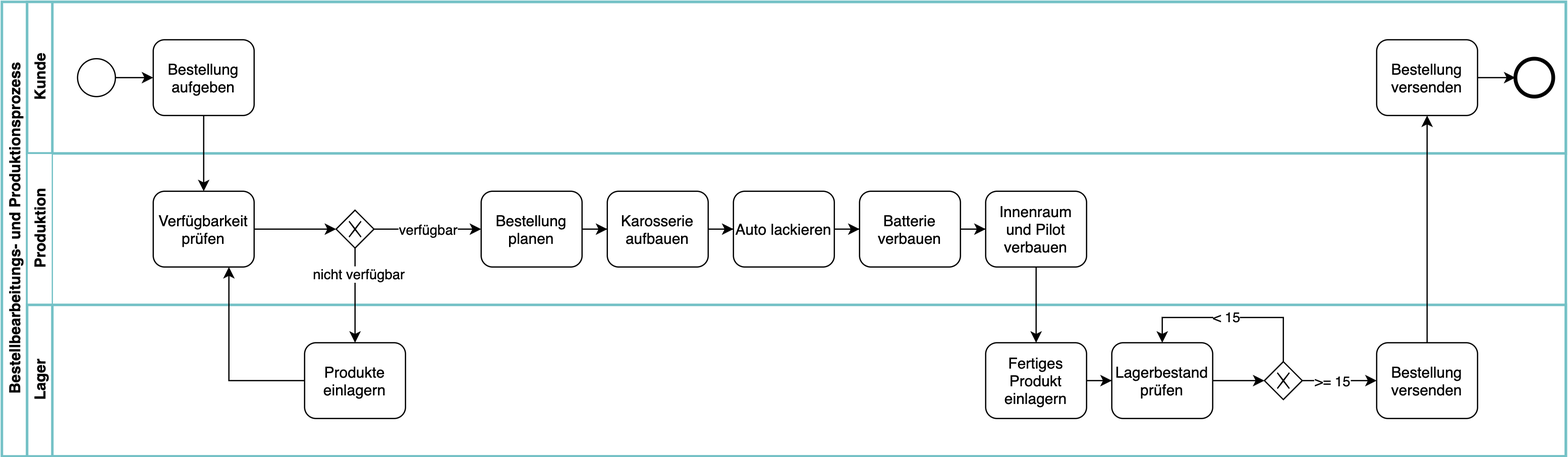
Above: ausarbeitung-latex/img/Prozessmodell.png in leventlukas/digital-boardroom (draw.io), before the change. Source tidied: cells renumbered, new cells last; positions are measured from the earlier drawing's top-left corner, leaving out a move shared by most shapes. Its diagram source:
```xml
<mxGraphModel>
  <root>
    <mxCell id="0" />
    <mxCell id="1" parent="0" />
    <mxCell id="2" value="Bestellbearbeitungs- und Produktionsprozess" style="swimlane;html=1;horizontal=0;startSize=20;strokeColor=#74C1C6;strokeWidth=2;" parent="1" vertex="1">
      <mxGeometry width="1240" height="360" as="geometry" />
    </mxCell>
    <mxCell id="3" value="Kunde" style="swimlane;html=1;startSize=20;horizontal=0;strokeColor=#74C1C6;strokeWidth=2;" parent="2" vertex="1">
      <mxGeometry x="20" width="1220" height="120" as="geometry" />
    </mxCell>
    <mxCell id="4" style="edgeStyle=orthogonalEdgeStyle;rounded=0;jettySize=auto;html=1;" parent="3" edge="1" source="5" target="6">
      <mxGeometry relative="1" as="geometry" />
    </mxCell>
    <mxCell id="5" style="ellipse;whiteSpace=wrap;html=1;" parent="3" vertex="1">
      <mxGeometry x="40" y="45" width="30" height="30" as="geometry" />
    </mxCell>
    <mxCell id="6" value="Bestellung aufgeben" style="shape=ext;rounded=1;html=1;whiteSpace=wrap;fontFamily=Helvetica;fontSize=12;fontColor=#000000;align=center;strokeColor=#000000;fillColor=#ffffff;" parent="3" vertex="1">
      <mxGeometry x="100" y="30" width="80" height="60" as="geometry" />
    </mxCell>
    <mxCell id="7" style="edgeStyle=orthogonalEdgeStyle;rounded=0;jettySize=auto;html=1;exitX=1;exitY=0.5;exitDx=0;exitDy=0;entryX=0;entryY=0.5;entryDx=0;entryDy=0;" parent="3" edge="1" source="8" target="9">
      <mxGeometry relative="1" as="geometry" />
    </mxCell>
    <mxCell id="8" value="Bestellung versenden" style="shape=ext;rounded=1;html=1;whiteSpace=wrap;fontFamily=Helvetica;fontSize=12;fontColor=#000000;align=center;strokeColor=#000000;fillColor=#ffffff;" parent="3" vertex="1">
      <mxGeometry x="1070" y="30" width="80" height="60" as="geometry" />
    </mxCell>
    <mxCell id="9" style="shape=mxgraph.bpmn.shape;html=1;verticalLabelPosition=bottom;labelBackgroundColor=#ffffff;verticalAlign=top;align=center;perimeter=ellipsePerimeter;outlineConnect=0;outline=end;symbol=general;" parent="3" vertex="1">
      <mxGeometry x="1180" y="45" width="30" height="30" as="geometry" />
    </mxCell>
    <mxCell id="10" value="Produktion" style="swimlane;html=1;startSize=20;horizontal=0;strokeColor=#74C1C6;" parent="2" vertex="1">
      <mxGeometry x="20" y="120" width="1220" height="120" as="geometry" />
    </mxCell>
    <mxCell id="11" style="edgeStyle=orthogonalEdgeStyle;rounded=0;jettySize=auto;html=1;endArrow=classic;endFill=1;" parent="10" edge="1" source="12" target="13">
      <mxGeometry relative="1" as="geometry" />
    </mxCell>
    <mxCell id="12" value="Verfügbarkeit prüfen" style="shape=ext;rounded=1;html=1;whiteSpace=wrap;fontFamily=Helvetica;fontSize=12;fontColor=#000000;align=center;strokeColor=#000000;fillColor=#ffffff;" parent="10" vertex="1">
      <mxGeometry x="100" y="30" width="80" height="60" as="geometry" />
    </mxCell>
    <mxCell id="13" style="shape=mxgraph.bpmn.shape;html=1;verticalLabelPosition=bottom;labelBackgroundColor=#ffffff;verticalAlign=top;align=center;perimeter=rhombusPerimeter;background=gateway;outlineConnect=0;outline=none;symbol=exclusiveGw;fontFamily=Helvetica;fontSize=12;fontColor=#000000;strokeColor=#000000;fillColor=#ffffff;" parent="10" vertex="1">
      <mxGeometry x="245" y="45" width="30" height="30" as="geometry" />
    </mxCell>
    <mxCell id="14" value="Lager" style="swimlane;html=1;startSize=20;horizontal=0;strokeColor=#74C1C6;strokeWidth=2;" parent="2" vertex="1">
      <mxGeometry x="20" y="240" width="1220" height="120" as="geometry" />
    </mxCell>
    <mxCell id="15" value="Produkte einlagern" style="shape=ext;rounded=1;html=1;whiteSpace=wrap;fontFamily=Helvetica;fontSize=12;fontColor=#000000;align=center;strokeColor=#000000;fillColor=#ffffff;" parent="14" vertex="1">
      <mxGeometry x="220" y="30" width="80" height="60" as="geometry" />
    </mxCell>
    <mxCell id="16" value="Bestellung versenden" style="shape=ext;rounded=1;html=1;whiteSpace=wrap;fontFamily=Helvetica;fontSize=12;fontColor=#000000;align=center;strokeColor=#000000;fillColor=#ffffff;" parent="14" vertex="1">
      <mxGeometry x="1070" y="30" width="80" height="60" as="geometry" />
    </mxCell>
    <mxCell id="17" style="edgeStyle=orthogonalEdgeStyle;rounded=0;jettySize=auto;html=1;exitX=0;exitY=0.5;exitDx=0;exitDy=0;" parent="2" edge="1" source="15" target="12">
      <mxGeometry relative="1" as="geometry">
        <Array as="points">
          <mxPoint x="180" y="300" />
        </Array>
      </mxGeometry>
    </mxCell>
    <mxCell id="18" style="edgeStyle=orthogonalEdgeStyle;rounded=0;jettySize=auto;html=1;exitX=0.5;exitY=0;exitDx=0;exitDy=0;entryX=0.5;entryY=1;entryDx=0;entryDy=0;" parent="2" edge="1" source="16" target="8">
      <mxGeometry relative="1" as="geometry" />
    </mxCell>
    <mxCell id="19" style="edgeStyle=orthogonalEdgeStyle;rounded=0;jettySize=auto;html=1;exitX=0.5;exitY=1;exitDx=0;exitDy=0;" parent="2" edge="1" source="6" target="12">
      <mxGeometry relative="1" as="geometry" />
    </mxCell>
    <mxCell id="20" style="edgeStyle=orthogonalEdgeStyle;rounded=0;jettySize=auto;html=1;endArrow=classic;endFill=1;entryX=0.5;entryY=0;entryDx=0;entryDy=0;" parent="2" edge="1" source="13" target="15">
      <mxGeometry relative="1" as="geometry" />
    </mxCell>
    <mxCell id="21" value="nicht verfügbar" style="edgeLabel;html=1;align=center;verticalAlign=middle;" parent="20" vertex="1">
      <mxGeometry x="-0.46" y="2" relative="1" as="geometry" />
    </mxCell>
    <mxCell id="22" style="edgeStyle=orthogonalEdgeStyle;rounded=0;jettySize=auto;html=1;" parent="1" edge="1" source="23" target="27">
      <mxGeometry relative="1" as="geometry" />
    </mxCell>
    <mxCell id="23" value="Bestellung planen" style="shape=ext;rounded=1;html=1;whiteSpace=wrap;fontFamily=Helvetica;fontSize=12;fontColor=#000000;align=center;strokeColor=#000000;fillColor=#ffffff;" parent="1" vertex="1">
      <mxGeometry x="380" y="150" width="80" height="60" as="geometry" />
    </mxCell>
    <mxCell id="24" style="edgeStyle=orthogonalEdgeStyle;rounded=0;jettySize=auto;html=1;endArrow=classic;endFill=1;" parent="1" edge="1" source="13" target="23">
      <mxGeometry relative="1" as="geometry" />
    </mxCell>
    <mxCell id="25" value="verfügbar" style="edgeLabel;html=1;align=center;verticalAlign=middle;" parent="24" vertex="1">
      <mxGeometry x="-0.48" y="-2" relative="1" as="geometry">
        <mxPoint x="19.3" y="-2" as="offset" />
      </mxGeometry>
    </mxCell>
    <mxCell id="26" style="edgeStyle=orthogonalEdgeStyle;rounded=0;jettySize=auto;html=1;" parent="1" edge="1" source="27" target="29">
      <mxGeometry relative="1" as="geometry" />
    </mxCell>
    <mxCell id="27" value="Karosserie aufbauen" style="shape=ext;rounded=1;html=1;whiteSpace=wrap;fontFamily=Helvetica;fontSize=12;fontColor=#000000;align=center;strokeColor=#000000;fillColor=#ffffff;" parent="1" vertex="1">
      <mxGeometry x="480" y="150" width="80" height="60" as="geometry" />
    </mxCell>
    <mxCell id="28" style="edgeStyle=orthogonalEdgeStyle;rounded=0;jettySize=auto;html=1;" parent="1" edge="1" source="29" target="31">
      <mxGeometry relative="1" as="geometry" />
    </mxCell>
    <mxCell id="29" value="Auto lackieren" style="shape=ext;rounded=1;html=1;whiteSpace=wrap;fontFamily=Helvetica;fontSize=12;fontColor=#000000;align=center;strokeColor=#000000;fillColor=#ffffff;" parent="1" vertex="1">
      <mxGeometry x="580" y="150" width="80" height="60" as="geometry" />
    </mxCell>
    <mxCell id="30" style="edgeStyle=orthogonalEdgeStyle;rounded=0;jettySize=auto;html=1;" parent="1" edge="1" source="31" target="33">
      <mxGeometry relative="1" as="geometry" />
    </mxCell>
    <mxCell id="31" value="Batterie&lt;br&gt;verbauen" style="shape=ext;rounded=1;html=1;whiteSpace=wrap;fontFamily=Helvetica;fontSize=12;fontColor=#000000;align=center;strokeColor=#000000;fillColor=#ffffff;" parent="1" vertex="1">
      <mxGeometry x="680" y="150" width="80" height="60" as="geometry" />
    </mxCell>
    <mxCell id="32" style="edgeStyle=orthogonalEdgeStyle;rounded=0;jettySize=auto;html=1;" parent="1" edge="1" source="33" target="35">
      <mxGeometry relative="1" as="geometry" />
    </mxCell>
    <mxCell id="33" value="Innenraum und Pilot verbauen" style="shape=ext;rounded=1;html=1;whiteSpace=wrap;fontFamily=Helvetica;fontSize=12;fontColor=#000000;align=center;strokeColor=#000000;fillColor=#ffffff;" parent="1" vertex="1">
      <mxGeometry x="780" y="150" width="80" height="60" as="geometry" />
    </mxCell>
    <mxCell id="34" style="edgeStyle=orthogonalEdgeStyle;rounded=0;jettySize=auto;html=1;" parent="1" edge="1" source="35" target="37">
      <mxGeometry relative="1" as="geometry" />
    </mxCell>
    <mxCell id="35" value="Fertiges Produkt einlagern" style="shape=ext;rounded=1;html=1;whiteSpace=wrap;fontFamily=Helvetica;fontSize=12;fontColor=#000000;align=center;strokeColor=#000000;fillColor=#ffffff;" parent="1" vertex="1">
      <mxGeometry x="780" y="270" width="80" height="60" as="geometry" />
    </mxCell>
    <mxCell id="36" style="edgeStyle=orthogonalEdgeStyle;rounded=0;jettySize=auto;html=1;exitX=1;exitY=0.5;exitDx=0;exitDy=0;" parent="1" edge="1" source="37" target="42">
      <mxGeometry relative="1" as="geometry" />
    </mxCell>
    <mxCell id="37" value="Lagerbestand prüfen" style="shape=ext;rounded=1;html=1;whiteSpace=wrap;fontFamily=Helvetica;fontSize=12;fontColor=#000000;align=center;strokeColor=#000000;fillColor=#ffffff;" parent="1" vertex="1">
      <mxGeometry x="880" y="270" width="80" height="60" as="geometry" />
    </mxCell>
    <mxCell id="38" style="edgeStyle=orthogonalEdgeStyle;rounded=0;jettySize=auto;html=1;exitX=0.5;exitY=0;exitDx=0;exitDy=0;" parent="1" edge="1" source="42" target="37">
      <mxGeometry relative="1" as="geometry">
        <Array as="points">
          <mxPoint x="1016" y="250" />
          <mxPoint x="920" y="250" />
        </Array>
      </mxGeometry>
    </mxCell>
    <mxCell id="39" value="&amp;lt; 15" style="edgeLabel;html=1;align=center;verticalAlign=middle;" parent="38" vertex="1">
      <mxGeometry x="-0.7" y="-1" relative="1" as="geometry">
        <mxPoint x="-47" y="-12.6" as="offset" />
      </mxGeometry>
    </mxCell>
    <mxCell id="40" style="edgeStyle=orthogonalEdgeStyle;rounded=0;jettySize=auto;html=1;exitX=1;exitY=0.5;exitDx=0;exitDy=0;entryX=0;entryY=0.5;entryDx=0;entryDy=0;" parent="1" edge="1" source="42" target="16">
      <mxGeometry relative="1" as="geometry" />
    </mxCell>
    <mxCell id="41" value="&amp;gt;= 15" style="edgeLabel;html=1;align=center;verticalAlign=middle;" parent="40" vertex="1">
      <mxGeometry x="-0.24" relative="1" as="geometry" />
    </mxCell>
    <mxCell id="42" style="shape=mxgraph.bpmn.shape;html=1;verticalLabelPosition=bottom;labelBackgroundColor=#ffffff;verticalAlign=top;align=center;perimeter=rhombusPerimeter;background=gateway;outlineConnect=0;outline=none;symbol=exclusiveGw;fontFamily=Helvetica;fontSize=12;fontColor=#000000;strokeColor=#000000;fillColor=#ffffff;" parent="1" vertex="1">
      <mxGeometry x="1001" y="285" width="30" height="30" as="geometry" />
    </mxCell>
  </root>
</mxGraphModel>
```
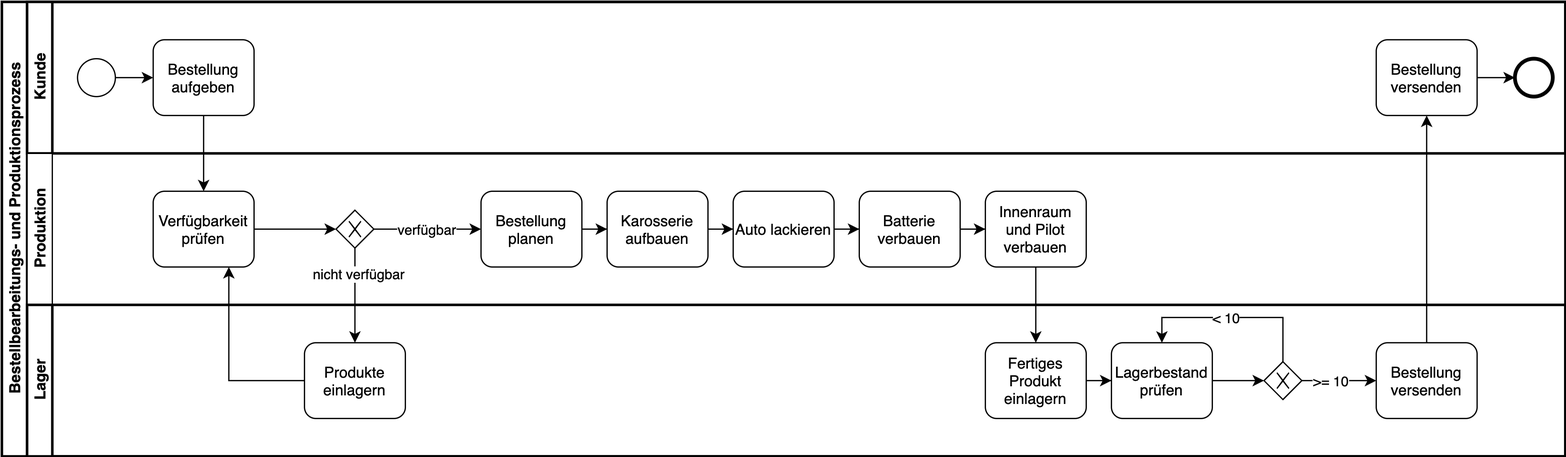
Later version of the same file.

The edit, as a diff of the source:
```diff
@@ -2,10 +2,10 @@
   <root>
     <mxCell id="0" />
     <mxCell id="1" parent="0" />
-    <mxCell id="2" value="Bestellbearbeitungs- und Produktionsprozess" style="swimlane;html=1;horizontal=0;startSize=20;strokeColor=#74C1C6;strokeWidth=2;" parent="1" vertex="1">
+    <mxCell id="2" value="Bestellbearbeitungs- und Produktionsprozess" style="swimlane;html=1;horizontal=0;startSize=20;strokeWidth=2;" parent="1" vertex="1">
       <mxGeometry width="1240" height="360" as="geometry" />
     </mxCell>
-    <mxCell id="3" value="Kunde" style="swimlane;html=1;startSize=20;horizontal=0;strokeColor=#74C1C6;strokeWidth=2;" parent="2" vertex="1">
+    <mxCell id="3" value="Kunde" style="swimlane;html=1;startSize=20;horizontal=0;strokeWidth=2;" parent="2" vertex="1">
       <mxGeometry x="20" width="1220" height="120" as="geometry" />
     </mxCell>
     <mxCell id="4" style="edgeStyle=orthogonalEdgeStyle;rounded=0;jettySize=auto;html=1;" parent="3" edge="1" source="5" target="6">
@@ -26,7 +26,7 @@
     <mxCell id="9" style="shape=mxgraph.bpmn.shape;html=1;verticalLabelPosition=bottom;labelBackgroundColor=#ffffff;verticalAlign=top;align=center;perimeter=ellipsePerimeter;outlineConnect=0;outline=end;symbol=general;" parent="3" vertex="1">
       <mxGeometry x="1180" y="45" width="30" height="30" as="geometry" />
     </mxCell>
-    <mxCell id="10" value="Produktion" style="swimlane;html=1;startSize=20;horizontal=0;strokeColor=#74C1C6;" parent="2" vertex="1">
+    <mxCell id="10" value="Produktion" style="swimlane;html=1;startSize=20;horizontal=0;" parent="2" vertex="1">
       <mxGeometry x="20" y="120" width="1220" height="120" as="geometry" />
     </mxCell>
     <mxCell id="11" style="edgeStyle=orthogonalEdgeStyle;rounded=0;jettySize=auto;html=1;endArrow=classic;endFill=1;" parent="10" edge="1" source="12" target="13">
@@ -38,7 +38,7 @@
     <mxCell id="13" style="shape=mxgraph.bpmn.shape;html=1;verticalLabelPosition=bottom;labelBackgroundColor=#ffffff;verticalAlign=top;align=center;perimeter=rhombusPerimeter;background=gateway;outlineConnect=0;outline=none;symbol=exclusiveGw;fontFamily=Helvetica;fontSize=12;fontColor=#000000;strokeColor=#000000;fillColor=#ffffff;" parent="10" vertex="1">
       <mxGeometry x="245" y="45" width="30" height="30" as="geometry" />
     </mxCell>
-    <mxCell id="14" value="Lager" style="swimlane;html=1;startSize=20;horizontal=0;strokeColor=#74C1C6;strokeWidth=2;" parent="2" vertex="1">
+    <mxCell id="14" value="Lager" style="swimlane;html=1;startSize=20;horizontal=0;strokeWidth=2;" parent="2" vertex="1">
       <mxGeometry x="20" y="240" width="1220" height="120" as="geometry" />
     </mxCell>
     <mxCell id="15" value="Produkte einlagern" style="shape=ext;rounded=1;html=1;whiteSpace=wrap;fontFamily=Helvetica;fontSize=12;fontColor=#000000;align=center;strokeColor=#000000;fillColor=#ffffff;" parent="14" vertex="1">
@@ -124,7 +124,7 @@
         </Array>
       </mxGeometry>
     </mxCell>
-    <mxCell id="39" value="&amp;lt; 15" style="edgeLabel;html=1;align=center;verticalAlign=middle;" parent="38" vertex="1">
+    <mxCell id="39" value="&amp;lt; 10" style="edgeLabel;html=1;align=center;verticalAlign=middle;" parent="38" vertex="1">
       <mxGeometry x="-0.7" y="-1" relative="1" as="geometry">
         <mxPoint x="-47" y="-12.6" as="offset" />
       </mxGeometry>
@@ -132,7 +132,7 @@
     <mxCell id="40" style="edgeStyle=orthogonalEdgeStyle;rounded=0;jettySize=auto;html=1;exitX=1;exitY=0.5;exitDx=0;exitDy=0;entryX=0;entryY=0.5;entryDx=0;entryDy=0;" parent="1" edge="1" source="42" target="16">
       <mxGeometry relative="1" as="geometry" />
     </mxCell>
-    <mxCell id="41" value="&amp;gt;= 15" style="edgeLabel;html=1;align=center;verticalAlign=middle;" parent="40" vertex="1">
+    <mxCell id="41" value="&amp;gt;= 10" style="edgeLabel;html=1;align=center;verticalAlign=middle;" parent="40" vertex="1">
       <mxGeometry x="-0.24" relative="1" as="geometry" />
     </mxCell>
     <mxCell id="42" style="shape=mxgraph.bpmn.shape;html=1;verticalLabelPosition=bottom;labelBackgroundColor=#ffffff;verticalAlign=top;align=center;perimeter=rhombusPerimeter;background=gateway;outlineConnect=0;outline=none;symbol=exclusiveGw;fontFamily=Helvetica;fontSize=12;fontColor=#000000;strokeColor=#000000;fillColor=#ffffff;" parent="1" vertex="1">
```
